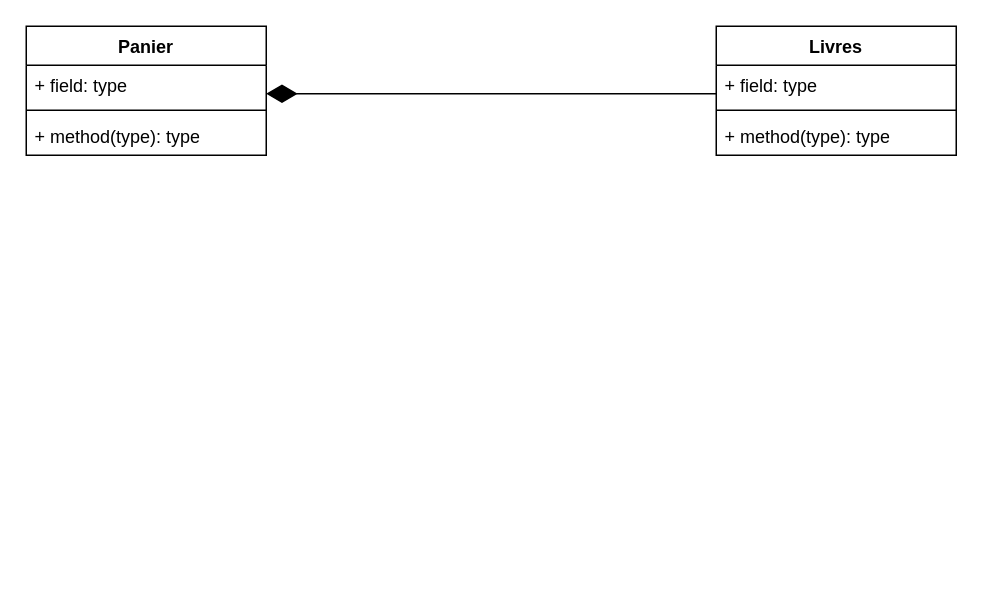
Earlier version of the draw.io diagram page "Modèle du domaine" (5 of 5) of UML.drawio (zeuss32/analyse-et-modelisation-lab1). Source tidied: cells renumbered, new cells numbered last; positions are measured from the earlier drawing's top-left corner, leaving out a move shared by most shapes. Both pictures are drawn from the tidied source at 150%, with x=0, y=0 at pixel (26, 26).
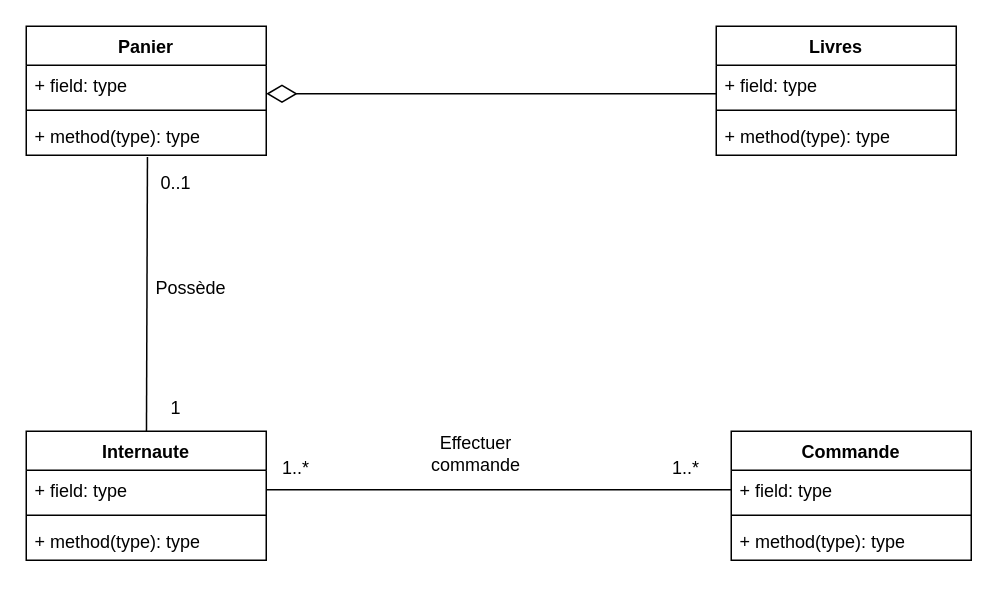
Above is the later version.

Commit message:
Mettre à jour UML.drawio

The change refers to these unchanged cells:
```xml
<mxCell id="10" value="+ method(type): type" style="text;strokeColor=none;fillColor=none;align=left;verticalAlign=top;spacingLeft=4;spacingRight=4;overflow=hidden;points=[[0,0.5],[1,0.5]];portConstraint=eastwest;whiteSpace=wrap;html=1;" parent="7" vertex="1">
  <mxGeometry y="60" width="160" height="26" as="geometry" />
</mxCell>
```

Diff of the diagram source:
```diff
@@
-    <mxCell id="2" style="edgeStyle=orthogonalEdgeStyle;rounded=0;orthogonalLoop=1;jettySize=auto;html=1;endArrow=diamondThin;endFill=1;exitX=0;exitY=0.5;exitDx=0;exitDy=0;strokeWidth=1;endSize=18;" parent="1" edge="1">
+    <mxCell id="2" style="edgeStyle=orthogonalEdgeStyle;rounded=0;orthogonalLoop=1;jettySize=auto;html=1;endArrow=diamondThin;endFill=0;exitX=0;exitY=0.5;exitDx=0;exitDy=0;strokeWidth=1;endSize=18;" parent="1" edge="1">
       <mxGeometry relative="1" as="geometry">
         <mxPoint x="460" y="45" as="sourcePoint" />
         <mxPoint x="160" y="45" as="targetPoint" />
       </mxGeometry>
     </mxCell>
@@
+    <mxCell id="11" style="rounded=0;jettySize=auto;html=1;endArrow=none;endFill=0;entryX=0.505;entryY=1.046;entryDx=0;entryDy=0;entryPerimeter=0;" parent="1" edge="1" source="12" target="10">
+      <mxGeometry relative="1" as="geometry" />
+    </mxCell>
+    <mxCell id="12" value="Internaute" style="swimlane;fontStyle=1;align=center;verticalAlign=top;horizontal=1;startSize=26;whiteSpace=wrap;html=1;" parent="1" vertex="1">
+      <mxGeometry y="270" width="160" height="86" as="geometry" />
+    </mxCell>
+    <mxCell id="13" value="+ field: type" style="text;strokeColor=none;fillColor=none;align=left;verticalAlign=top;spacingLeft=4;spacingRight=4;overflow=hidden;points=[[0,0.5],[1,0.5]];portConstraint=eastwest;whiteSpace=wrap;html=1;" parent="12" vertex="1">
+      <mxGeometry y="26" width="160" height="26" as="geometry" />
+    </mxCell>
+    <mxCell id="14" style="line;strokeWidth=1;fillColor=none;align=left;verticalAlign=middle;spacingTop=-1;spacingLeft=3;spacingRight=3;labelPosition=right;strokeColor=inherit;" parent="12" vertex="1">
+      <mxGeometry y="52" width="160" height="8" as="geometry" />
+    </mxCell>
+    <mxCell id="15" value="+ method(type): type" style="text;strokeColor=none;fillColor=none;align=left;verticalAlign=top;spacingLeft=4;spacingRight=4;overflow=hidden;whiteSpace=wrap;html=1;" parent="12" vertex="1">
+      <mxGeometry y="60" width="160" height="26" as="geometry" />
+    </mxCell>
+    <mxCell id="16" value="Possède" style="text;html=1;whiteSpace=wrap;strokeColor=none;fillColor=none;align=center;verticalAlign=middle;rounded=0;" parent="1" vertex="1">
+      <mxGeometry x="80" y="160" width="60" height="30" as="geometry" />
+    </mxCell>
+    <mxCell id="17" value="0..1" style="text;html=1;whiteSpace=wrap;strokeColor=none;fillColor=none;align=center;verticalAlign=middle;rounded=0;" parent="1" vertex="1">
+      <mxGeometry x="70" y="90" width="60" height="30" as="geometry" />
+    </mxCell>
+    <mxCell id="18" value="1" style="text;html=1;whiteSpace=wrap;strokeColor=none;fillColor=none;align=center;verticalAlign=middle;rounded=0;" parent="1" vertex="1">
+      <mxGeometry x="70" y="240" width="60" height="30" as="geometry" />
+    </mxCell>
+    <mxCell id="19" value="Commande" style="swimlane;fontStyle=1;align=center;verticalAlign=top;horizontal=1;startSize=26;whiteSpace=wrap;html=1;" parent="1" vertex="1">
+      <mxGeometry x="470" y="270" width="160" height="86" as="geometry" />
+    </mxCell>
+    <mxCell id="20" value="+ field: type" style="text;strokeColor=none;fillColor=none;align=left;verticalAlign=top;spacingLeft=4;spacingRight=4;overflow=hidden;points=[[0,0.5],[1,0.5]];portConstraint=eastwest;whiteSpace=wrap;html=1;" parent="19" vertex="1">
+      <mxGeometry y="26" width="160" height="26" as="geometry" />
+    </mxCell>
+    <mxCell id="21" style="line;strokeWidth=1;fillColor=none;align=left;verticalAlign=middle;spacingTop=-1;spacingLeft=3;spacingRight=3;labelPosition=right;strokeColor=inherit;" parent="19" vertex="1">
+      <mxGeometry y="52" width="160" height="8" as="geometry" />
+    </mxCell>
+    <mxCell id="22" value="+ method(type): type" style="text;strokeColor=none;fillColor=none;align=left;verticalAlign=top;spacingLeft=4;spacingRight=4;overflow=hidden;whiteSpace=wrap;html=1;" parent="19" vertex="1">
+      <mxGeometry y="60" width="160" height="26" as="geometry" />
+    </mxCell>
+    <mxCell id="23" style="edgeStyle=orthogonalEdgeStyle;rounded=0;jettySize=auto;html=1;entryX=0;entryY=0.5;entryDx=0;entryDy=0;endArrow=none;endFill=0;" parent="1" edge="1" source="13" target="20">
+      <mxGeometry relative="1" as="geometry" />
+    </mxCell>
+    <mxCell id="24" value="Effectuer commande" style="text;html=1;whiteSpace=wrap;strokeColor=none;fillColor=none;align=center;verticalAlign=middle;rounded=0;" parent="1" vertex="1">
+      <mxGeometry x="250" y="270" width="100" height="30" as="geometry" />
+    </mxCell>
+    <mxCell id="25" value="1..*" style="text;html=1;whiteSpace=wrap;strokeColor=none;fillColor=none;align=center;verticalAlign=middle;rounded=0;" parent="1" vertex="1">
+      <mxGeometry x="410" y="280" width="60" height="30" as="geometry" />
+    </mxCell>
+    <mxCell id="26" value="1..*" style="text;html=1;whiteSpace=wrap;strokeColor=none;fillColor=none;align=center;verticalAlign=middle;rounded=0;" parent="1" vertex="1">
+      <mxGeometry x="140" y="280" width="80" height="30" as="geometry" />
+    </mxCell>
```
